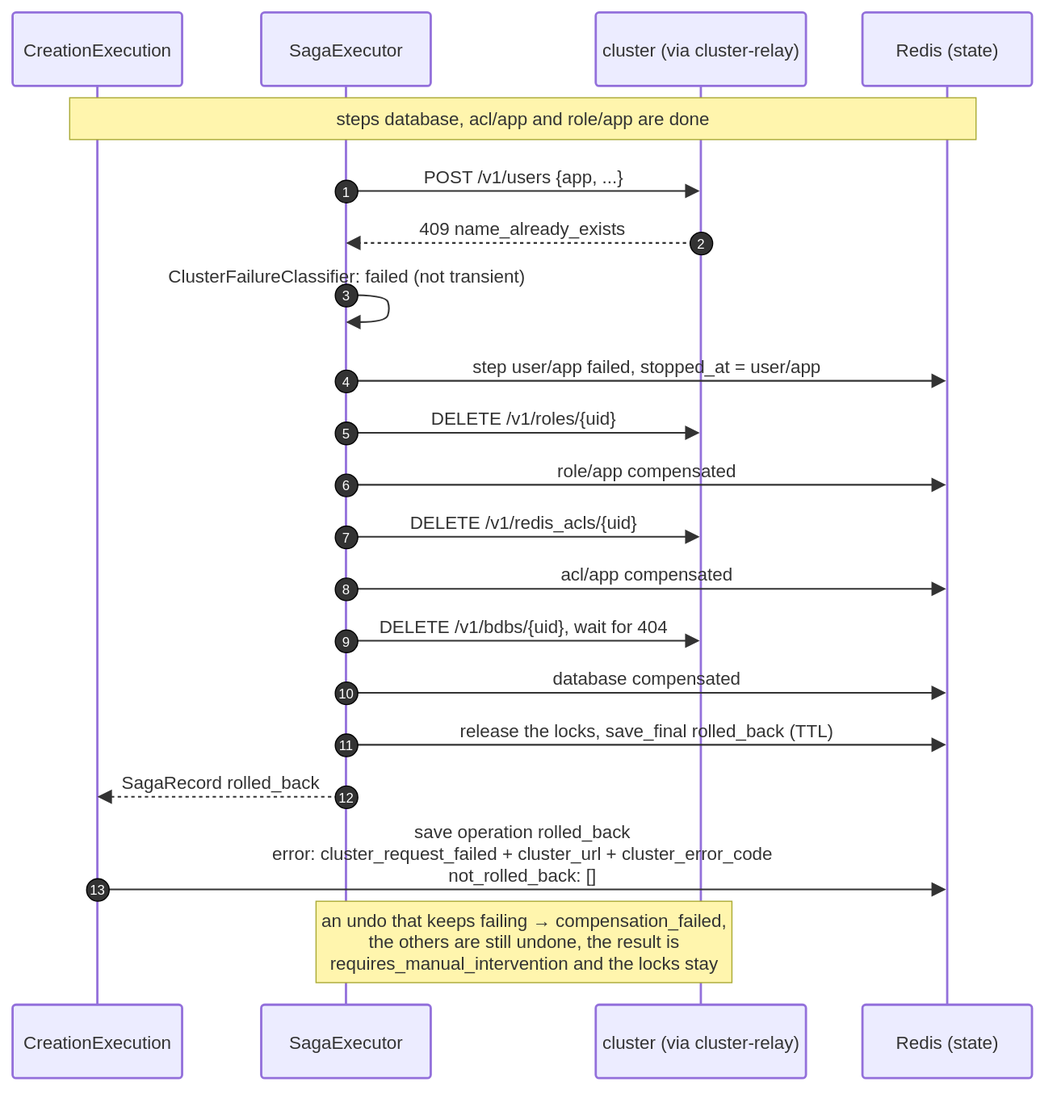
Above: docs/diagrams/11-seq-rollback-single-site.drawio.svg in EliShteinman/redis-enterprise-services (draw.io), before the change. Source tidied: cells renumbered, new cells last; positions are measured from the earlier drawing's top-left corner, leaving out a move shared by most shapes.
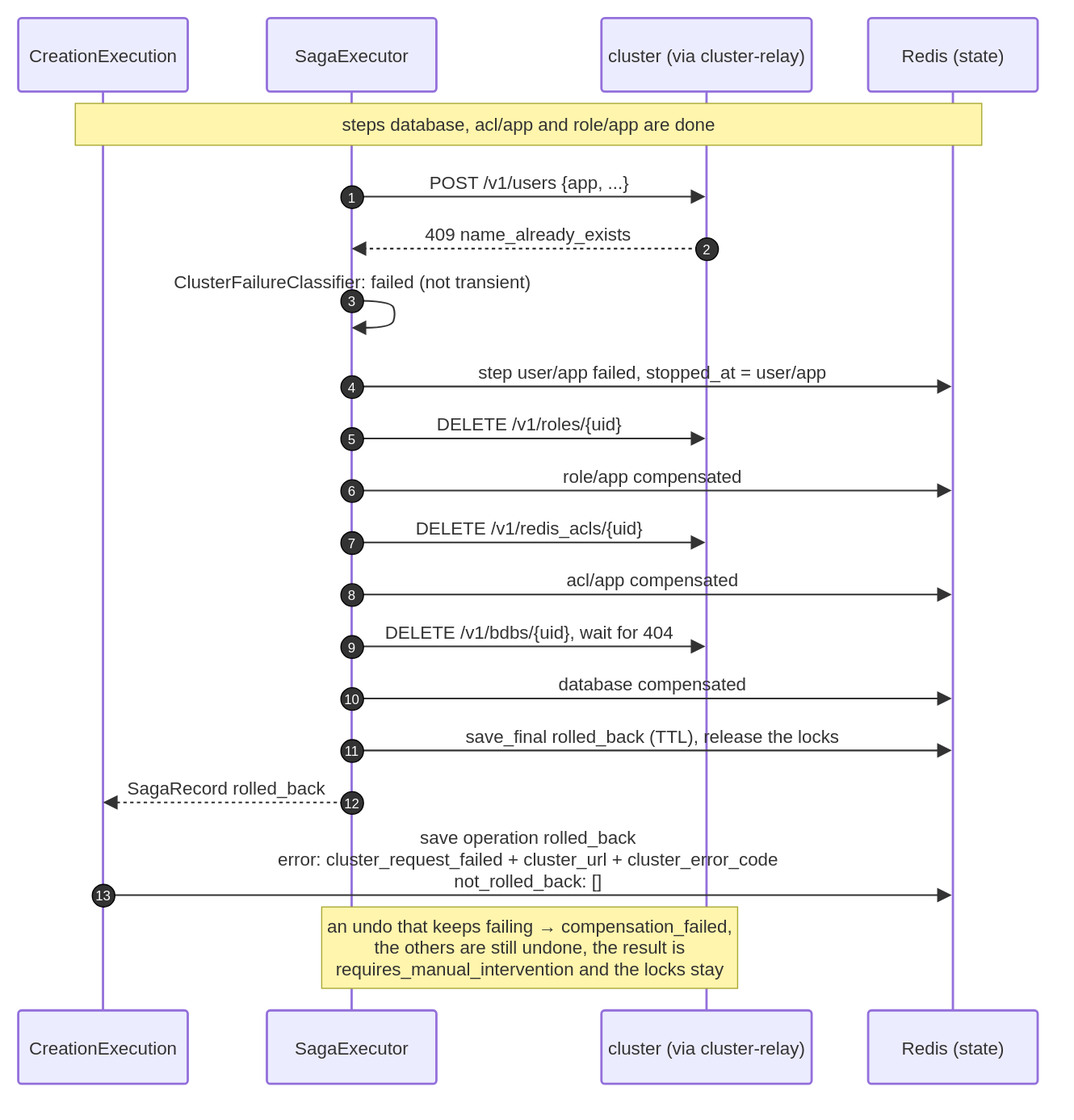
After the commit.

Commit message:
docs: align lock release, sweep cases and diagrams with the code

The edit, as a diff of the source:
```diff
@@ -119,7 +119,7 @@
     <mxCell id="26" value="10" style="ellipse;fillColor=light-dark(#333333,#cccccc);align=center;verticalAlign=middle;fontColor=light-dark(#FFFFFF,#333333);fontSize=12;" parent="1" vertex="1">
       <mxGeometry x="285" y="592" width="20" height="20" as="geometry" />
     </mxCell>
-    <mxCell id="27" value="release the locks, save_final rolled_back (TTL)" style="endArrow=block;endSize=9;verticalAlign=bottom;spacingBottom=2;edgeStyle=sequenceEdgeStyle;libavoidRouting=0;curved=0;rounded=0;fontSize=16;labelBackgroundColor=none;strokeWidth=1.5;strokeColor=light-dark(#333333,#cccccc);fontColor=light-dark(#333333,#cccccc);fontFamily=Trebuchet MS,Verdana,Arial,sans-serif;" parent="1" edge="1" source="3" target="5">
+    <mxCell id="27" value="save_final rolled_back (TTL), release the locks" style="endArrow=block;endSize=9;verticalAlign=bottom;spacingBottom=2;edgeStyle=sequenceEdgeStyle;libavoidRouting=0;curved=0;rounded=0;fontSize=16;labelBackgroundColor=none;strokeWidth=1.5;strokeColor=light-dark(#333333,#cccccc);fontColor=light-dark(#333333,#cccccc);fontFamily=Trebuchet MS,Verdana,Arial,sans-serif;" parent="1" edge="1" source="3" target="5">
       <mxGeometry relative="1" as="geometry">
         <Array as="points">
           <mxPoint x="561" y="648" />
```
